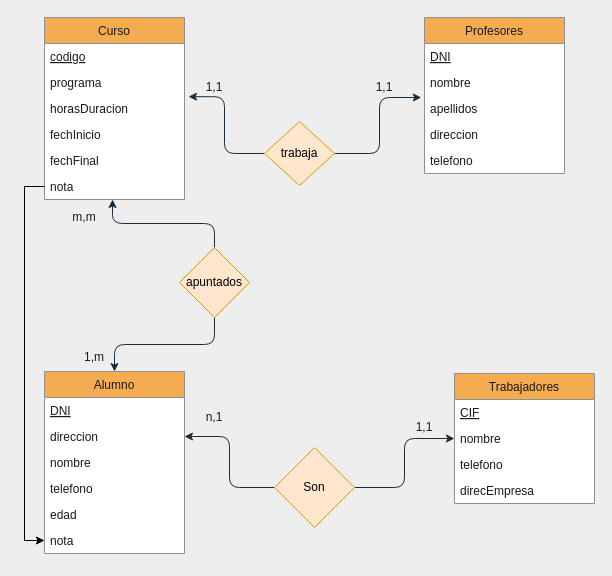
Earlier version of the draw.io diagram diagrams/exercice2.drawio (rayl-bot/mysql-diagrams). Source tidied: cells renumbered, new cells numbered last; positions are measured from the earlier drawing's top-left corner, leaving out a move shared by most shapes. Both pictures are drawn from the tidied source at 100%, with x=0, y=0 at pixel (44, 17).
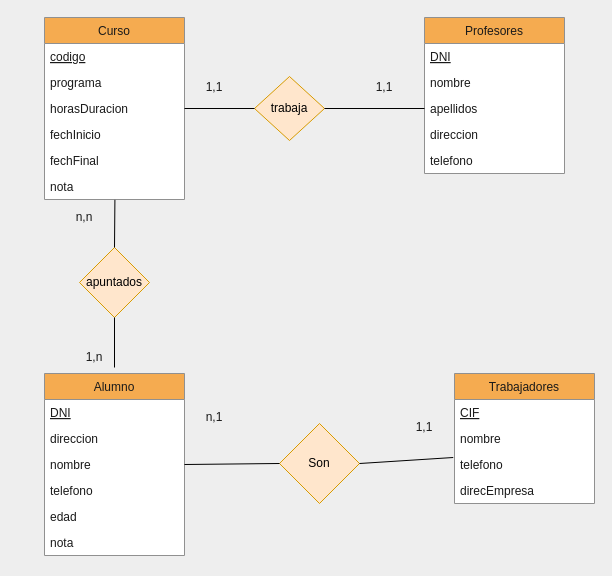
The same page after the edit.

The change refers to these unchanged cells:
```xml
<mxCell id="4" value="direccion" style="text;strokeColor=none;fillColor=none;align=left;verticalAlign=top;spacingLeft=4;spacingRight=4;overflow=hidden;points=[[0,0.5],[1,0.5]];portConstraint=eastwest;fontColor=#1A1A1A;" parent="2" vertex="1">
  <mxGeometry y="52" width="140" height="26" as="geometry" />
</mxCell>
<mxCell id="5" value="nombre" style="text;strokeColor=none;fillColor=none;align=left;verticalAlign=top;spacingLeft=4;spacingRight=4;overflow=hidden;points=[[0,0.5],[1,0.5]];portConstraint=eastwest;fontColor=#1A1A1A;" parent="2" vertex="1">
  <mxGeometry y="78" width="140" height="26" as="geometry" />
</mxCell>
<mxCell id="8" value="nota" style="text;strokeColor=none;fillColor=none;align=left;verticalAlign=top;spacingLeft=4;spacingRight=4;overflow=hidden;points=[[0,0.5],[1,0.5]];portConstraint=eastwest;fontColor=#1A1A1A;" parent="2" vertex="1">
  <mxGeometry y="156" width="140" height="26" as="geometry" />
</mxCell>
<mxCell id="11" value="nombre" style="text;strokeColor=none;fillColor=none;align=left;verticalAlign=top;spacingLeft=4;spacingRight=4;overflow=hidden;points=[[0,0.5],[1,0.5]];portConstraint=eastwest;fontColor=#1A1A1A;" parent="9" vertex="1">
  <mxGeometry y="52" width="140" height="26" as="geometry" />
</mxCell>
<mxCell id="12" value="telefono" style="text;strokeColor=none;fillColor=none;align=left;verticalAlign=top;spacingLeft=4;spacingRight=4;overflow=hidden;points=[[0,0.5],[1,0.5]];portConstraint=eastwest;fontColor=#1A1A1A;" parent="9" vertex="1">
  <mxGeometry y="78" width="140" height="26" as="geometry" />
</mxCell>
<mxCell id="21" value="horasDuracion" style="text;strokeColor=none;fillColor=none;align=left;verticalAlign=top;spacingLeft=4;spacingRight=4;overflow=hidden;points=[[0,0.5],[1,0.5]];portConstraint=eastwest;fontColor=#1A1A1A;" parent="18" vertex="1">
  <mxGeometry y="78" width="140" height="26" as="geometry" />
</mxCell>
<mxCell id="24" value="nota" style="text;strokeColor=none;fillColor=none;align=left;verticalAlign=top;spacingLeft=4;spacingRight=4;overflow=hidden;points=[[0,0.5],[1,0.5]];portConstraint=eastwest;fontColor=#1A1A1A;" parent="18" vertex="1">
  <mxGeometry y="156" width="140" height="26" as="geometry" />
</mxCell>
<mxCell id="31" value="apellidos" style="text;strokeColor=none;fillColor=none;align=left;verticalAlign=top;spacingLeft=4;spacingRight=4;overflow=hidden;points=[[0,0.5],[1,0.5]];portConstraint=eastwest;fontColor=#1A1A1A;" parent="28" vertex="1">
  <mxGeometry y="78" width="140" height="26" as="geometry" />
</mxCell>
```

The edit, as a diff of the source:
```diff
@@
     <mxCell id="2" value="Alumno" style="swimlane;fontStyle=0;horizontal=1;startSize=26;fillColor=#F5AB50;strokeColor=#909090;swimlaneFillColor=#ffffff;fontColor=#1A1A1A;" parent="1" vertex="1">
-      <mxGeometry y="354" width="140" height="182" as="geometry" />
+      <mxGeometry y="356" width="140" height="182" as="geometry" />
     </mxCell>
@@
-    <mxCell id="14" style="edgeStyle=orthogonalEdgeStyle;jettySize=auto;html=1;exitX=1;exitY=0.5;exitDx=0;exitDy=0;entryX=0;entryY=0.5;entryDx=0;entryDy=0;strokeColor=#182E3E;fontColor=#1A1A1A;labelBackgroundColor=#EEEEEE;" parent="1" edge="1" source="16" target="11">
-      <mxGeometry relative="1" as="geometry" />
-    </mxCell>
-    <mxCell id="15" style="edgeStyle=orthogonalEdgeStyle;jettySize=auto;html=1;exitX=0;exitY=0.5;exitDx=0;exitDy=0;entryX=1;entryY=0.5;entryDx=0;entryDy=0;strokeColor=#182E3E;fontColor=#1A1A1A;labelBackgroundColor=#EEEEEE;" parent="1" edge="1" source="16" target="4">
-      <mxGeometry relative="1" as="geometry" />
-    </mxCell>
     <mxCell id="16" value="Son" style="rhombus;whiteSpace=wrap;html=1;fillColor=#ffe6cc;strokeColor=#d79b00;" parent="1" vertex="1">
-      <mxGeometry x="230" y="430" width="80" height="80" as="geometry" />
+      <mxGeometry x="235" y="406" width="80" height="80" as="geometry" />
     </mxCell>
@@
-    <mxCell id="25" style="edgeStyle=orthogonalEdgeStyle;jettySize=auto;html=1;exitX=0.5;exitY=1;exitDx=0;exitDy=0;entryX=0.5;entryY=0;entryDx=0;entryDy=0;strokeColor=#182E3E;fontColor=#1A1A1A;labelBackgroundColor=#EEEEEE;" parent="1" edge="1" source="27" target="2">
-      <mxGeometry relative="1" as="geometry" />
-    </mxCell>
-    <mxCell id="26" style="edgeStyle=orthogonalEdgeStyle;jettySize=auto;html=1;exitX=0.5;exitY=0;exitDx=0;exitDy=0;entryX=0.486;entryY=1;entryDx=0;entryDy=0;entryPerimeter=0;strokeColor=#182E3E;fontColor=#1A1A1A;labelBackgroundColor=#EEEEEE;" parent="1" edge="1" source="27" target="24">
-      <mxGeometry relative="1" as="geometry" />
-    </mxCell>
     <mxCell id="27" value="apuntados" style="rhombus;whiteSpace=wrap;html=1;fillColor=#ffe6cc;strokeColor=#d79b00;" parent="1" vertex="1">
-      <mxGeometry x="135" y="230" width="70" height="70" as="geometry" />
+      <mxGeometry x="35" y="230" width="70" height="70" as="geometry" />
     </mxCell>
@@
-    <mxCell id="34" style="edgeStyle=orthogonalEdgeStyle;jettySize=auto;html=1;exitX=0;exitY=0.5;exitDx=0;exitDy=0;entryX=1.029;entryY=0.046;entryDx=0;entryDy=0;entryPerimeter=0;strokeColor=#182E3E;fontColor=#1A1A1A;labelBackgroundColor=#EEEEEE;" parent="1" edge="1" source="36" target="21">
-      <mxGeometry relative="1" as="geometry" />
-    </mxCell>
-    <mxCell id="35" style="edgeStyle=orthogonalEdgeStyle;jettySize=auto;html=1;exitX=1;exitY=0.5;exitDx=0;exitDy=0;entryX=-0.023;entryY=0.077;entryDx=0;entryDy=0;entryPerimeter=0;strokeColor=#182E3E;fontColor=#1A1A1A;labelBackgroundColor=#EEEEEE;" parent="1" edge="1" source="36" target="31">
-      <mxGeometry relative="1" as="geometry" />
-    </mxCell>
     <mxCell id="36" value="trabaja" style="rhombus;whiteSpace=wrap;html=1;fillColor=#ffe6cc;strokeColor=#d79b00;" parent="1" vertex="1">
-      <mxGeometry x="220" y="104" width="70" height="64" as="geometry" />
+      <mxGeometry x="210" y="59" width="70" height="64" as="geometry" />
     </mxCell>
@@
-    <mxCell id="39" value="m,m" style="text;html=1;strokeColor=none;fillColor=none;align=center;verticalAlign=middle;whiteSpace=wrap;fontColor=#1A1A1A;" parent="1" vertex="1">
+    <mxCell id="39" value="n,n" style="text;html=1;strokeColor=none;fillColor=none;align=center;verticalAlign=middle;whiteSpace=wrap;fontColor=#1A1A1A;" parent="1" vertex="1">
       <mxGeometry x="20" y="190" width="40" height="20" as="geometry" />
     </mxCell>
-    <mxCell id="40" value="1,m" style="text;html=1;strokeColor=none;fillColor=none;align=center;verticalAlign=middle;whiteSpace=wrap;fontColor=#1A1A1A;" parent="1" vertex="1">
+    <mxCell id="40" value="1,n" style="text;html=1;strokeColor=none;fillColor=none;align=center;verticalAlign=middle;whiteSpace=wrap;fontColor=#1A1A1A;" parent="1" vertex="1">
       <mxGeometry x="30" y="330" width="40" height="20" as="geometry" />
     </mxCell>
@@
-    <mxCell id="43" style="edgeStyle=orthogonalEdgeStyle;rounded=0;jettySize=auto;html=1;exitX=0;exitY=0.5;exitDx=0;exitDy=0;entryX=0;entryY=0.5;entryDx=0;entryDy=0;" parent="1" edge="1" source="24" target="8">
-      <mxGeometry relative="1" as="geometry" />
-    </mxCell>
+    <mxCell id="44" style="endArrow=none;html=1;entryX=0.5;entryY=1;entryDx=0;entryDy=0;exitX=1;exitY=1;exitDx=0;exitDy=0;" parent="1" edge="1" source="40" target="27">
+      <mxGeometry relative="1" as="geometry" />
+    </mxCell>
+    <mxCell id="26" style="endArrow=none;html=1;entryX=0.503;entryY=1.015;entryDx=0;entryDy=0;entryPerimeter=0;exitX=0.5;exitY=0;exitDx=0;exitDy=0;" parent="1" edge="1" source="27" target="24">
+      <mxGeometry relative="1" as="geometry" />
+    </mxCell>
+    <mxCell id="34" style="endArrow=none;html=1;entryX=1;entryY=0.5;entryDx=0;entryDy=0;exitX=0;exitY=0.5;exitDx=0;exitDy=0;" parent="1" edge="1" source="36" target="21">
+      <mxGeometry relative="1" as="geometry" />
+    </mxCell>
+    <mxCell id="35" style="endArrow=none;html=1;entryX=0;entryY=0.5;entryDx=0;entryDy=0;exitX=1;exitY=0.5;exitDx=0;exitDy=0;" parent="1" edge="1" source="36" target="31">
+      <mxGeometry relative="1" as="geometry" />
+    </mxCell>
+    <mxCell id="45" style="endArrow=none;html=1;exitX=1;exitY=0.5;exitDx=0;exitDy=0;entryX=0;entryY=0.5;entryDx=0;entryDy=0;" parent="1" edge="1" source="5" target="16">
+      <mxGeometry relative="1" as="geometry" />
+    </mxCell>
+    <mxCell id="46" style="endArrow=none;html=1;entryX=-0.009;entryY=0.231;entryDx=0;entryDy=0;entryPerimeter=0;" parent="1" edge="1" target="12">
+      <mxGeometry relative="1" as="geometry">
+        <mxPoint x="315" y="446" as="sourcePoint" />
+      </mxGeometry>
+    </mxCell>
```
